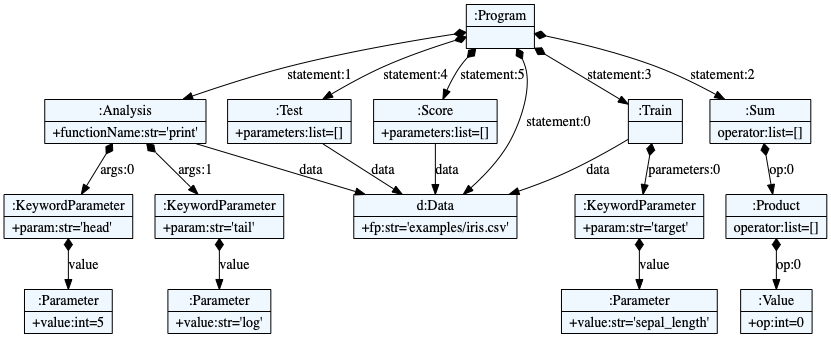
robinjack/dsl_for_data_analysis keeps this Graphviz diagram as examples/test.dot.png. Above is the earlier version. Its source is kept beside it as examples/test.dot. The source it was exported from:
```dot
    digraph textX {
    fontname = "Bitstream Vera Sans"
    fontsize = 8
    node[
        shape=record,
        style=filled,
        fillcolor=aliceblue
    ]
    nodesep = 0.3
    edge[dir=black,arrowtail=empty]


4558035216 -> 4558034576 [label="statement:0" arrowtail=diamond dir=both]
4558034576[label="{d:Data|+fp:str='examples/iris.csv'\l}"]
4558035216 -> 4558033488 [label="statement:1" arrowtail=diamond dir=both]
4558033488 -> 4558034576 [label="data" ]
4558033488 -> 4557944720 [label="args:0" arrowtail=diamond dir=both]
4557944720 -> 4557945424 [label="value" arrowtail=diamond dir=both]
4557945424[label="{:Parameter|+value:int=5\l}"]
4557944720[label="{:KeywordParameter|+param:str='head'\l}"]
4558033488 -> 4557942864 [label="args:1" arrowtail=diamond dir=both]
4557942864 -> 4557943504 [label="value" arrowtail=diamond dir=both]
4557943504[label="{:Parameter|+value:str='log'\l}"]
4557942864[label="{:KeywordParameter|+param:str='tail'\l}"]
4558033488[label="{:Analysis|+functionName:str='print'\l}"]
4558035216 -> 4558034256 [label="statement:2" arrowtail=diamond dir=both]
4558034256 -> 4558033872 [label="op:0" arrowtail=diamond dir=both]
4558033872 -> 4557944208 [label="op:0" arrowtail=diamond dir=both]
4557944208[label="{:Value|+op:int=0\l}"]
4558033872[label="{:Product|operator:list=[]\l}"]
4558034256[label="{:Sum|operator:list=[]\l}"]
4558035216 -> 4558034384 [label="statement:3" arrowtail=diamond dir=both]
4558034384 -> 4558034576 [label="data" ]
4558034384 -> 4557942928 [label="parameters:0" arrowtail=diamond dir=both]
4557942928 -> 4557944144 [label="value" arrowtail=diamond dir=both]
4557944144[label="{:Parameter|+value:str='sepal_length'\l}"]
4557942928[label="{:KeywordParameter|+param:str='target'\l}"]
4558034384[label="{:Train|}"]
4558035216 -> 4557945040 [label="statement:4" arrowtail=diamond dir=both]
4557945040 -> 4558034576 [label="data" ]
4557945040[label="{:Test|+parameters:list=[]\l}"]
4558035216 -> 4557943312 [label="statement:5" arrowtail=diamond dir=both]
4557943312 -> 4558034576 [label="data" ]
4557943312[label="{:Score|+parameters:list=[]\l}"]
4558035216[label="{:Program|}"]

}
```
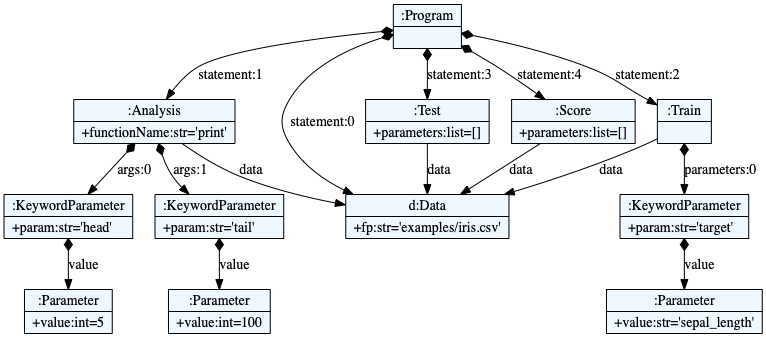
Above is the later version.

Diff of the diagram source:
```diff
@@ -10,38 +10,32 @@
     edge[dir=black,arrowtail=empty]
 
 
-4558035216 -> 4558034576 [label="statement:0" arrowtail=diamond dir=both]
-4558034576[label="{d:Data|+fp:str='examples/iris.csv'\l}"]
-4558035216 -> 4558033488 [label="statement:1" arrowtail=diamond dir=both]
-4558033488 -> 4558034576 [label="data" ]
-4558033488 -> 4557944720 [label="args:0" arrowtail=diamond dir=both]
-4557944720 -> 4557945424 [label="value" arrowtail=diamond dir=both]
-4557945424[label="{:Parameter|+value:int=5\l}"]
-4557944720[label="{:KeywordParameter|+param:str='head'\l}"]
-4558033488 -> 4557942864 [label="args:1" arrowtail=diamond dir=both]
-4557942864 -> 4557943504 [label="value" arrowtail=diamond dir=both]
-4557943504[label="{:Parameter|+value:str='log'\l}"]
-4557942864[label="{:KeywordParameter|+param:str='tail'\l}"]
-4558033488[label="{:Analysis|+functionName:str='print'\l}"]
-4558035216 -> 4558034256 [label="statement:2" arrowtail=diamond dir=both]
-4558034256 -> 4558033872 [label="op:0" arrowtail=diamond dir=both]
-4558033872 -> 4557944208 [label="op:0" arrowtail=diamond dir=both]
-4557944208[label="{:Value|+op:int=0\l}"]
-4558033872[label="{:Product|operator:list=[]\l}"]
-4558034256[label="{:Sum|operator:list=[]\l}"]
-4558035216 -> 4558034384 [label="statement:3" arrowtail=diamond dir=both]
-4558034384 -> 4558034576 [label="data" ]
-4558034384 -> 4557942928 [label="parameters:0" arrowtail=diamond dir=both]
-4557942928 -> 4557944144 [label="value" arrowtail=diamond dir=both]
-4557944144[label="{:Parameter|+value:str='sepal_length'\l}"]
-4557942928[label="{:KeywordParameter|+param:str='target'\l}"]
-4558034384[label="{:Train|}"]
-4558035216 -> 4557945040 [label="statement:4" arrowtail=diamond dir=both]
-4557945040 -> 4558034576 [label="data" ]
-4557945040[label="{:Test|+parameters:list=[]\l}"]
-4558035216 -> 4557943312 [label="statement:5" arrowtail=diamond dir=both]
-4557943312 -> 4558034576 [label="data" ]
-4557943312[label="{:Score|+parameters:list=[]\l}"]
-4558035216[label="{:Program|}"]
+4744555408 -> 4744553936 [label="statement:0" arrowtail=diamond dir=both]
+4744553936[label="{d:Data|+fp:str='examples/iris.csv'\l}"]
+4744555408 -> 4744552720 [label="statement:1" arrowtail=diamond dir=both]
+4744552720 -> 4744553936 [label="data" ]
+4744552720 -> 4744554384 [label="args:0" arrowtail=diamond dir=both]
+4744554384 -> 4744554576 [label="value" arrowtail=diamond dir=both]
+4744554576[label="{:Parameter|+value:int=5\l}"]
+4744554384[label="{:KeywordParameter|+param:str='head'\l}"]
+4744552720 -> 4744554448 [label="args:1" arrowtail=diamond dir=both]
+4744554448 -> 4744655120 [label="value" arrowtail=diamond dir=both]
+4744655120[label="{:Parameter|+value:int=100\l}"]
+4744554448[label="{:KeywordParameter|+param:str='tail'\l}"]
+4744552720[label="{:Analysis|+functionName:str='print'\l}"]
+4744555408 -> 4744554704 [label="statement:2" arrowtail=diamond dir=both]
+4744554704 -> 4744553936 [label="data" ]
+4744554704 -> 4744655440 [label="parameters:0" arrowtail=diamond dir=both]
+4744655440 -> 4744656784 [label="value" arrowtail=diamond dir=both]
+4744656784[label="{:Parameter|+value:str='sepal_length'\l}"]
+4744655440[label="{:KeywordParameter|+param:str='target'\l}"]
+4744554704[label="{:Train|}"]
+4744555408 -> 4744555344 [label="statement:3" arrowtail=diamond dir=both]
+4744555344 -> 4744553936 [label="data" ]
+4744555344[label="{:Test|+parameters:list=[]\l}"]
+4744555408 -> 4744655568 [label="statement:4" arrowtail=diamond dir=both]
+4744655568 -> 4744553936 [label="data" ]
+4744655568[label="{:Score|+parameters:list=[]\l}"]
+4744555408[label="{:Program|}"]
 
 }
```
